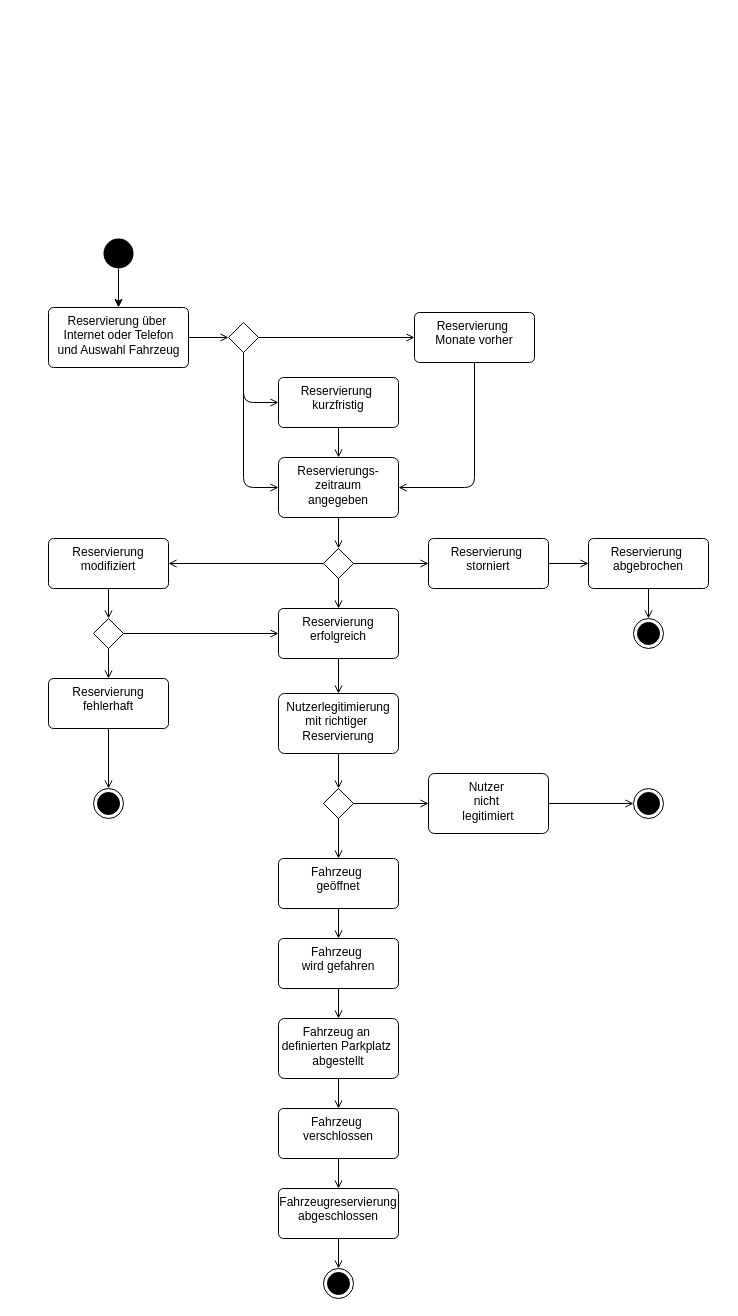
Above: Mini-Praktikum/e-UML-Zustandsdiagramm-Praktikum.drawio in TheBlackDragon4/SWE-HS-Co-Se5 (draw.io), before the change. Source tidied: cells renumbered, new cells numbered last; positions are measured from the earlier drawing's top-left corner, leaving out a move shared by most shapes. Both pictures are drawn from the tidied source at 100%, with x=0, y=0 at pixel (48, 238).
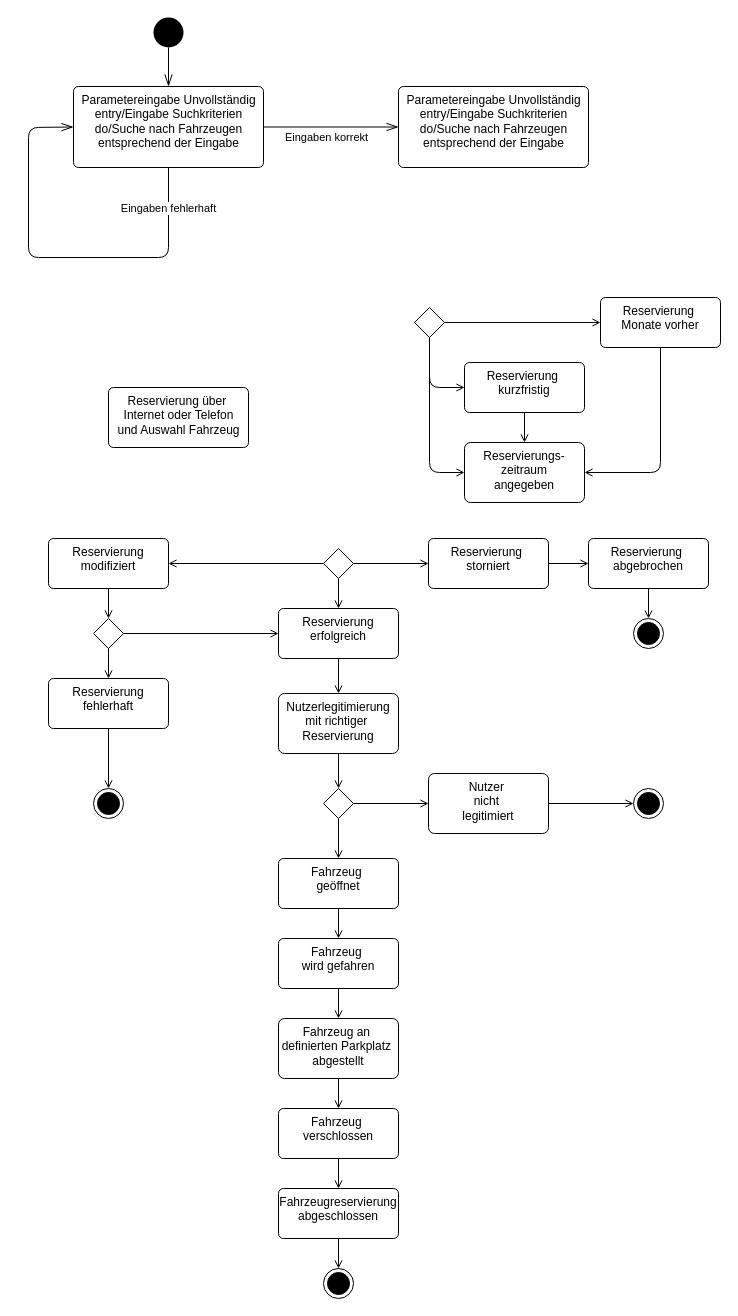
The same page after the edit.

Unchanged cells that the change refers to:
```xml
<mxCell id="24" style="rhombus;" parent="1" vertex="1">
  <mxGeometry x="275" y="310" width="30" height="30" as="geometry" />
</mxCell>
```

Change to the diagram source:
```diff
@@
-    <mxCell id="2" style="edgeStyle=none;html=1;exitX=0.5;exitY=1;exitDx=0;exitDy=0;" parent="1" edge="1" source="3" target="6">
+    <mxCell id="2" style="edgeStyle=none;html=1;exitX=0.5;exitY=1;exitDx=0;exitDy=0;endArrow=openThin;endFill=0;endSize=10;" parent="1" edge="1" source="3" target="6">
       <mxGeometry relative="1" as="geometry" />
     </mxCell>
     <mxCell id="3" style="ellipse;fillColor=#000000;strokeColor=none;" parent="1" vertex="1">
-      <mxGeometry x="55" width="30" height="30" as="geometry" />
+      <mxGeometry x="105" y="-221" width="30" height="30" as="geometry" />
     </mxCell>
@@
-    <mxCell id="5" style="edgeStyle=none;html=1;entryX=0;entryY=0.5;entryDx=0;entryDy=0;endArrow=open;endFill=0;" parent="1" edge="1" source="6" target="20">
-      <mxGeometry relative="1" as="geometry" />
-    </mxCell>
+    <mxCell id="54" style="edgeStyle=none;html=1;endArrow=openThin;endFill=0;endSize=10;strokeWidth=1;" parent="1" edge="1" source="6" target="59">
+      <mxGeometry relative="1" as="geometry" />
+    </mxCell>
+    <mxCell id="55" style="edgeStyle=none;html=1;endArrow=openThin;endFill=0;endSize=10;strokeWidth=1;entryX=0;entryY=0.5;entryDx=0;entryDy=0;" parent="1" edge="1" source="6" target="6">
+      <mxGeometry relative="1" as="geometry">
+        <Array as="points">
+          <mxPoint x="120" y="19" />
+          <mxPoint x="-20" y="19" />
+          <mxPoint x="-20" y="-111" />
+        </Array>
+      </mxGeometry>
+    </mxCell>
+    <mxCell id="56" value="Eingaben fehlerhaft" style="edgeLabel;html=1;align=center;verticalAlign=middle;" parent="55" vertex="1">
+      <mxGeometry x="-0.51" relative="1" as="geometry">
+        <mxPoint x="8" y="-50" as="offset" />
+      </mxGeometry>
+    </mxCell>
-    <mxCell id="6" value="Reservierung über&amp;nbsp;&lt;br&gt;Internet oder Telefon&lt;br&gt;und Auswahl&amp;nbsp;Fahrzeug" style="html=1;align=center;verticalAlign=top;rounded=1;absoluteArcSize=1;arcSize=10;dashed=0;" parent="1" vertex="1">
-      <mxGeometry y="69" width="140" height="60" as="geometry" />
+    <mxCell id="6" value="Parametereingabe Unvollständig&lt;br&gt;entry/Eingabe Suchkriterien&lt;br&gt;do/Suche nach Fahrzeugen&lt;br&gt;entsprechend der Eingabe" style="html=1;align=center;verticalAlign=top;rounded=1;absoluteArcSize=1;arcSize=10;dashed=0;" parent="1" vertex="1">
+      <mxGeometry x="25" y="-152" width="190" height="81" as="geometry" />
     </mxCell>
@@
-    <mxCell id="9" style="edgeStyle=none;html=1;endArrow=open;endFill=0;" parent="1" edge="1" source="10" target="24">
-      <mxGeometry relative="1" as="geometry" />
-    </mxCell>
     <mxCell id="10" value="Reservierungs-&lt;br&gt;zeitraum&lt;br&gt;angegeben" style="whiteSpace=wrap;html=1;verticalAlign=top;rounded=1;arcSize=10;dashed=0;" parent="1" vertex="1">
-      <mxGeometry x="230" y="219" width="120" height="60" as="geometry" />
+      <mxGeometry x="416" y="204" width="120" height="60" as="geometry" />
     </mxCell>
@@
     <mxCell id="12" value="Reservierung&amp;nbsp;&lt;br&gt;kurzfristig" style="whiteSpace=wrap;html=1;verticalAlign=top;rounded=1;arcSize=10;dashed=0;" parent="1" vertex="1">
-      <mxGeometry x="230" y="139" width="120" height="50" as="geometry" />
+      <mxGeometry x="416" y="124" width="120" height="50" as="geometry" />
     </mxCell>
     <mxCell id="13" style="edgeStyle=none;html=1;endArrow=open;endFill=0;entryX=1;entryY=0.5;entryDx=0;entryDy=0;" parent="1" edge="1" source="14" target="10">
       <mxGeometry relative="1" as="geometry">
         <Array as="points">
-          <mxPoint x="426" y="249" />
+          <mxPoint x="612" y="234" />
         </Array>
       </mxGeometry>
     </mxCell>
     <mxCell id="14" value="Reservierung&amp;nbsp;&lt;br&gt;Monate vorher" style="whiteSpace=wrap;html=1;verticalAlign=top;rounded=1;arcSize=10;dashed=0;" parent="1" vertex="1">
-      <mxGeometry x="366" y="74" width="120" height="50" as="geometry" />
+      <mxGeometry x="552" y="59" width="120" height="50" as="geometry" />
     </mxCell>
@@
     <mxCell id="17" style="edgeStyle=none;html=1;endArrow=open;endFill=0;entryX=0;entryY=0.5;entryDx=0;entryDy=0;" parent="1" edge="1" source="20" target="12">
       <mxGeometry relative="1" as="geometry">
         <Array as="points">
-          <mxPoint x="195" y="164" />
+          <mxPoint x="381" y="149" />
         </Array>
       </mxGeometry>
     </mxCell>
@@
     <mxCell id="19" style="edgeStyle=none;html=1;exitX=0.5;exitY=1;exitDx=0;exitDy=0;endArrow=open;endFill=0;entryX=0;entryY=0.5;entryDx=0;entryDy=0;" parent="1" edge="1" source="20" target="10">
       <mxGeometry relative="1" as="geometry">
         <Array as="points">
-          <mxPoint x="195" y="249" />
+          <mxPoint x="381" y="234" />
         </Array>
       </mxGeometry>
     </mxCell>
     <mxCell id="20" style="rhombus;" parent="1" vertex="1">
-      <mxGeometry x="180" y="84" width="30" height="30" as="geometry" />
+      <mxGeometry x="366" y="69" width="30" height="30" as="geometry" />
     </mxCell>
@@
+    <mxCell id="57" value="Reservierung über&amp;nbsp;&lt;br&gt;Internet oder Telefon&lt;br&gt;und Auswahl&amp;nbsp;Fahrzeug" style="html=1;align=center;verticalAlign=top;rounded=1;absoluteArcSize=1;arcSize=10;dashed=0;" parent="1" vertex="1">
+      <mxGeometry x="60" y="149" width="140" height="60" as="geometry" />
+    </mxCell>
+    <mxCell id="58" value="Eingaben korrekt" style="edgeLabel;html=1;align=center;verticalAlign=middle;" parent="1" vertex="1">
+      <mxGeometry x="280" y="-101" as="geometry">
+        <mxPoint x="-3" y="-1" as="offset" />
+      </mxGeometry>
+    </mxCell>
+    <mxCell id="59" value="Parametereingabe Unvollständig&lt;br&gt;entry/Eingabe Suchkriterien&lt;br&gt;do/Suche nach Fahrzeugen&lt;br&gt;entsprechend der Eingabe" style="html=1;align=center;verticalAlign=top;rounded=1;absoluteArcSize=1;arcSize=10;dashed=0;" parent="1" vertex="1">
+      <mxGeometry x="350" y="-152" width="190" height="81" as="geometry" />
+    </mxCell>
```
